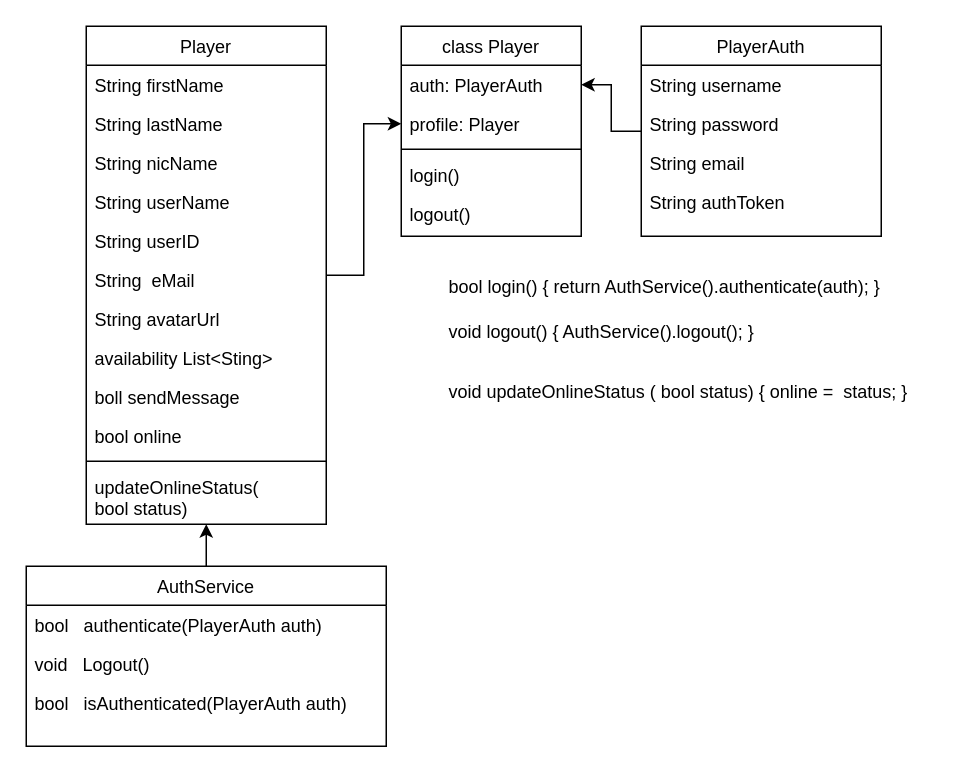
This is classen_diagramm.drawio from komvik/playwithme, a draw.io file, before an edit. Source tidied: cells renumbered, new cells numbered last; positions are measured from the earlier drawing's top-left corner, leaving out a move shared by most shapes. Both pictures are drawn from the tidied source at 150%, with x=0, y=0 at pixel (26, 26).
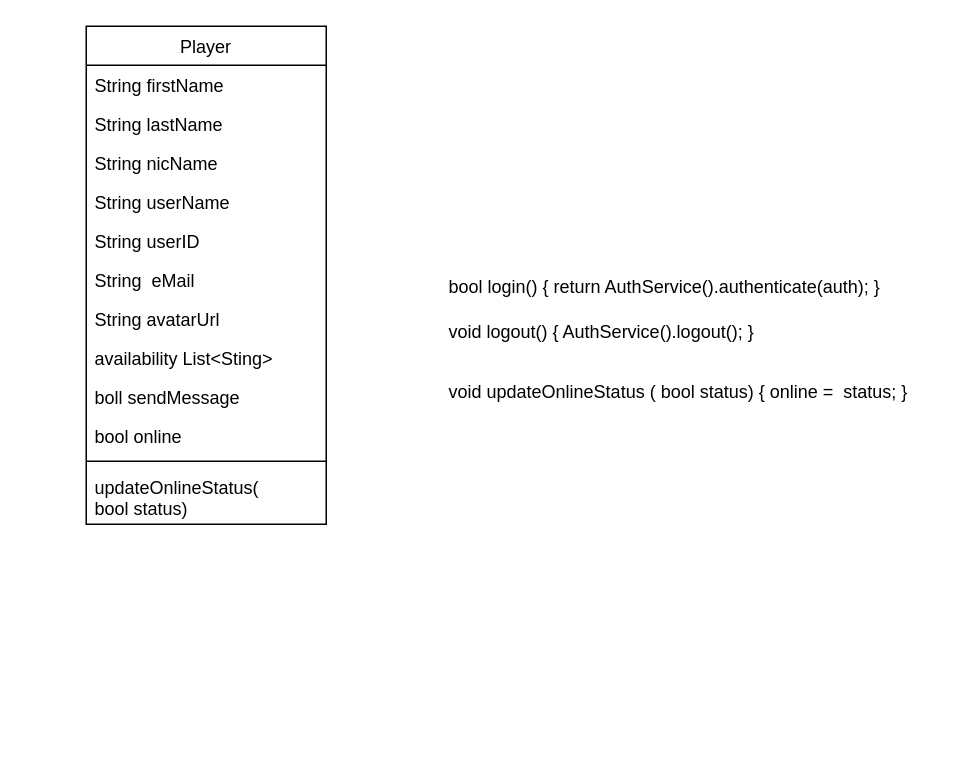
After the change.

Commit message (it also covers changes not shown here):
new changes in the Player class

The change refers to these unchanged cells:
```xml
<mxCell id="10" value="Player" style="swimlane;fontStyle=0;align=center;verticalAlign=top;horizontal=1;startSize=26;rounded=0;shadow=0;strokeWidth=1;" parent="1" vertex="1">
  <mxGeometry x="40" width="160" height="332" as="geometry" />
</mxCell>
```

The edit, as a diff of the source:
```diff
@@
-    <mxCell id="2" value="class Player" style="swimlane;fontStyle=0;align=center;verticalAlign=top;horizontal=1;startSize=26;rounded=0;shadow=0;strokeWidth=1;" parent="1" vertex="1">
-      <mxGeometry x="250" width="120" height="140" as="geometry" />
-    </mxCell>
-    <mxCell id="3" value="auth: PlayerAuth&#10;" style="text;align=left;verticalAlign=top;spacingLeft=4;spacingRight=4;overflow=hidden;points=[[0,0.5],[1,0.5]];portConstraint=eastwest;" parent="2" vertex="1">
-      <mxGeometry y="26" width="120" height="26" as="geometry" />
-    </mxCell>
-    <mxCell id="4" value="profile: Player" style="text;align=left;verticalAlign=top;spacingLeft=4;spacingRight=4;overflow=hidden;points=[[0,0.5],[1,0.5]];portConstraint=eastwest;rounded=0;shadow=0;html=0;" parent="2" vertex="1">
-      <mxGeometry y="52" width="120" height="26" as="geometry" />
-    </mxCell>
-    <mxCell id="5" style="line;html=1;strokeWidth=1;align=left;verticalAlign=middle;spacingTop=-1;spacingLeft=3;spacingRight=3;labelPosition=right;" parent="2" vertex="1">
-      <mxGeometry y="78" width="120" height="8" as="geometry" />
-    </mxCell>
-    <mxCell id="6" value="login()" style="text;align=left;verticalAlign=top;spacingLeft=4;spacingRight=4;overflow=hidden;" parent="2" vertex="1">
-      <mxGeometry y="86" width="120" height="26" as="geometry" />
-    </mxCell>
-    <mxCell id="7" value="logout()" style="text;align=left;verticalAlign=top;spacingLeft=4;spacingRight=4;overflow=hidden;" parent="2" vertex="1">
-      <mxGeometry y="112" width="120" height="26" as="geometry" />
-    </mxCell>
-    <mxCell id="8" style="edgeStyle=orthogonalEdgeStyle;rounded=0;orthogonalLoop=1;jettySize=auto;html=1;exitX=1;exitY=0.5;exitDx=0;exitDy=0;" parent="2" edge="1" source="4" target="4">
-      <mxGeometry relative="1" as="geometry" />
-    </mxCell>
-    <mxCell id="9" style="edgeStyle=orthogonalEdgeStyle;rounded=0;jettySize=auto;html=1;entryX=0;entryY=0.5;entryDx=0;entryDy=0;" parent="1" edge="1" source="10" target="4">
-      <mxGeometry relative="1" as="geometry" />
-    </mxCell>
@@
-    <mxCell id="23" style="edgeStyle=orthogonalEdgeStyle;rounded=0;jettySize=auto;html=1;entryX=1;entryY=0.5;entryDx=0;entryDy=0;" parent="1" edge="1" source="24" target="3">
-      <mxGeometry relative="1" as="geometry" />
-    </mxCell>
-    <mxCell id="24" value="PlayerAuth" style="swimlane;fontStyle=0;align=center;verticalAlign=top;horizontal=1;startSize=26;rounded=0;shadow=0;strokeWidth=1;" parent="1" vertex="1">
-      <mxGeometry x="410" width="160" height="140" as="geometry" />
-    </mxCell>
-    <mxCell id="25" value="String username&#10;" style="text;align=left;verticalAlign=top;spacingLeft=4;spacingRight=4;overflow=hidden;" parent="24" vertex="1">
-      <mxGeometry y="26" width="160" height="26" as="geometry" />
-    </mxCell>
-    <mxCell id="26" value="String password&#10;" style="text;align=left;verticalAlign=top;spacingLeft=4;spacingRight=4;overflow=hidden;rounded=0;shadow=0;html=0;" parent="24" vertex="1">
-      <mxGeometry y="52" width="160" height="26" as="geometry" />
-    </mxCell>
-    <mxCell id="27" value="String email&#10;" style="text;align=left;verticalAlign=top;spacingLeft=4;spacingRight=4;overflow=hidden;rounded=0;shadow=0;html=0;" parent="24" vertex="1">
-      <mxGeometry y="78" width="160" height="26" as="geometry" />
-    </mxCell>
-    <mxCell id="28" value="String authToken&#10;" style="text;align=left;verticalAlign=top;spacingLeft=4;spacingRight=4;overflow=hidden;rounded=0;shadow=0;html=0;" parent="24" vertex="1">
-      <mxGeometry y="104" width="160" height="26" as="geometry" />
-    </mxCell>
@@
-    <mxCell id="32" style="edgeStyle=orthogonalEdgeStyle;rounded=0;jettySize=auto;html=1;entryX=0.5;entryY=1;entryDx=0;entryDy=0;" parent="1" edge="1" source="33" target="10">
-      <mxGeometry relative="1" as="geometry" />
-    </mxCell>
-    <mxCell id="33" value="AuthService" style="swimlane;fontStyle=0;align=center;verticalAlign=top;horizontal=1;startSize=26;rounded=0;shadow=0;strokeWidth=1;" parent="1" vertex="1">
-      <mxGeometry y="360" width="240" height="120" as="geometry" />
-    </mxCell>
-    <mxCell id="34" value="bool   authenticate(PlayerAuth auth)" style="text;align=left;verticalAlign=top;spacingLeft=4;spacingRight=4;overflow=hidden;" parent="33" vertex="1">
-      <mxGeometry y="26" width="240" height="26" as="geometry" />
-    </mxCell>
-    <mxCell id="35" value="void   Logout()" style="text;align=left;verticalAlign=top;spacingLeft=4;spacingRight=4;overflow=hidden;rounded=0;shadow=0;html=0;" parent="33" vertex="1">
-      <mxGeometry y="52" width="240" height="26" as="geometry" />
-    </mxCell>
-    <mxCell id="36" value="bool   isAuthenticated(PlayerAuth auth)&#10;&#10;" style="text;align=left;verticalAlign=top;spacingLeft=4;spacingRight=4;overflow=hidden;rounded=0;shadow=0;html=0;" parent="33" vertex="1">
-      <mxGeometry y="78" width="240" height="26" as="geometry" />
-    </mxCell>
```
